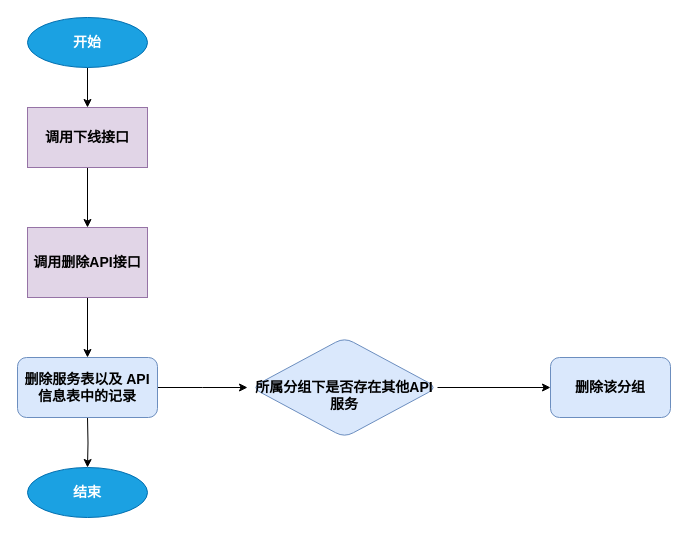
Above: page "删除 API服务" (4 of 5) of 国税总局迭代三设计.drawio in helemile/notes (draw.io), before the change. Source tidied: cells renumbered, new cells numbered last; positions are measured from the earlier drawing's top-left corner, leaving out a move shared by most shapes. Both pictures are drawn from the tidied source at 100%, with x=0, y=0 at pixel (17, 17).
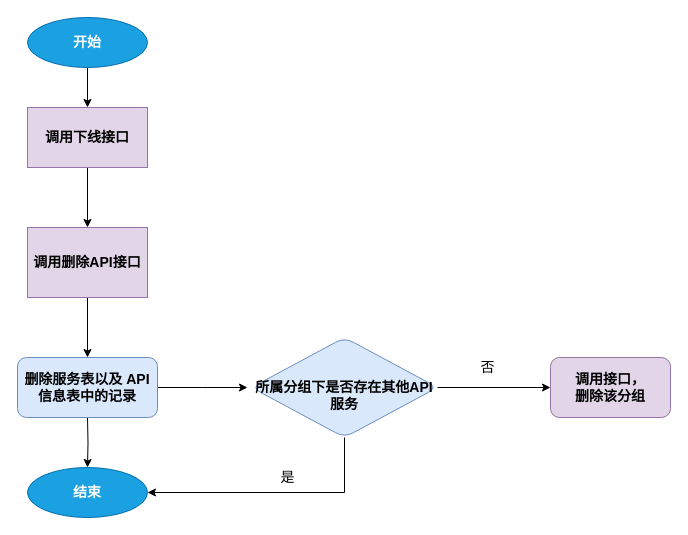
After the change.

Commit message:
Update 国税总局迭代三设计.drawio

Unchanged cells that the change refers to:
```xml
<mxCell id="9" value="结束" style="ellipse;whiteSpace=wrap;html=1;fontSize=14;fillColor=#1ba1e2;strokeColor=#006EAF;fontColor=#ffffff;fontStyle=1;" parent="1" vertex="1">
  <mxGeometry x="10" y="450" width="120" height="50" as="geometry" />
</mxCell>
<mxCell id="13" value="&lt;span&gt;&lt;br&gt;所属分组下是否存在其他API服务&lt;/span&gt;" style="rhombus;whiteSpace=wrap;html=1;rounded=1;fontSize=14;fontStyle=1;strokeColor=#6c8ebf;fillColor=#dae8fc;" parent="1" vertex="1">
  <mxGeometry x="234" y="320" width="186" height="100" as="geometry" />
</mxCell>
```

Change to the diagram source:
```diff
@@
+    <mxCell id="15" style="edgeStyle=orthogonalEdgeStyle;rounded=0;jettySize=auto;html=1;fontSize=14;entryX=1;entryY=0.5;entryDx=0;entryDy=0;" parent="1" edge="1" source="13" target="9">
+      <mxGeometry relative="1" as="geometry">
+        <Array as="points">
+          <mxPoint x="327" y="475" />
+        </Array>
+      </mxGeometry>
+    </mxCell>
@@
-    <mxCell id="14" value="删除该分组" style="whiteSpace=wrap;html=1;rounded=1;fontSize=14;fontStyle=1;strokeColor=#6c8ebf;fillColor=#dae8fc;" parent="1" vertex="1">
+    <mxCell id="14" value="调用接口，&lt;br&gt;删除该分组" style="whiteSpace=wrap;html=1;rounded=1;fontSize=14;fontStyle=1;strokeColor=#9673a6;fillColor=#e1d5e7;" parent="1" vertex="1">
       <mxGeometry x="533" y="340" width="120" height="60" as="geometry" />
     </mxCell>
+    <mxCell id="16" value="否" style="text;html=1;align=center;verticalAlign=middle;strokeColor=none;fontSize=14;" parent="1" vertex="1">
+      <mxGeometry x="455" y="340" width="30" height="20" as="geometry" />
+    </mxCell>
+    <mxCell id="17" value="是" style="text;html=1;align=center;verticalAlign=middle;strokeColor=none;fontSize=14;" parent="1" vertex="1">
+      <mxGeometry x="255" y="450" width="30" height="20" as="geometry" />
+    </mxCell>
```
